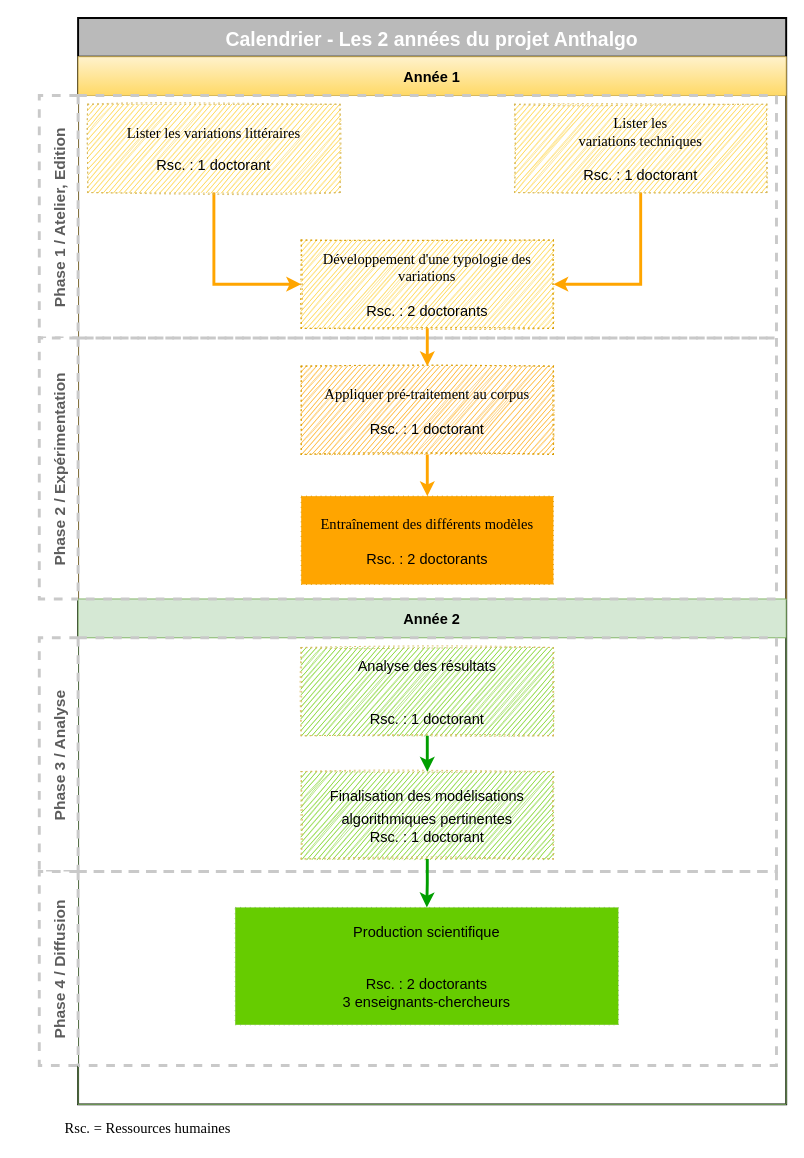
Earlier version of the draw.io diagram Untitled Diagram.drawio (RochDLY/drawAAP). Source tidied: cells renumbered, new cells numbered last; positions are measured from the earlier drawing's top-left corner, leaving out a move shared by most shapes. Both pictures are drawn from the tidied source at 97%, with x=0, y=0 at pixel (16, 17).
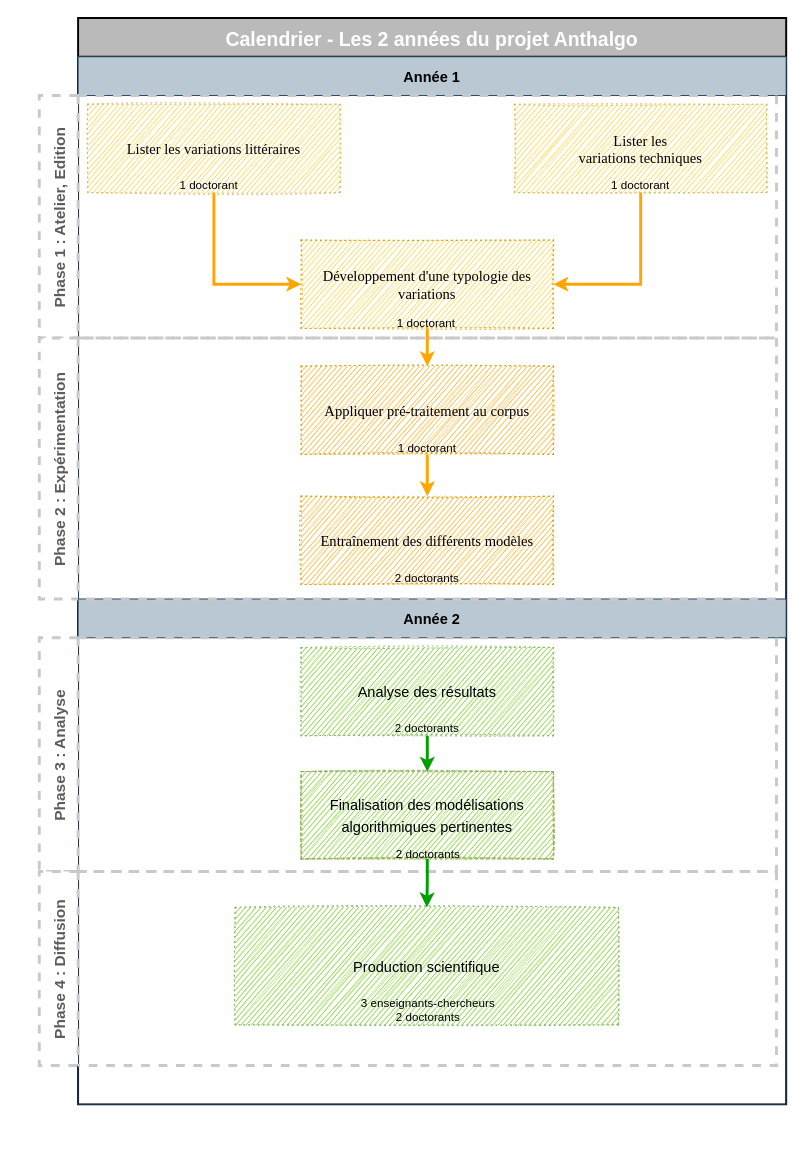
The same page after the edit.

The change refers to these unchanged cells:
```xml
<mxCell id="2" value="Calendrier - Les 2 années du projet Anthalgo" style="swimlane;startSize=40;fillColor=#BABABA;strokeColor=#030303;fontSize=20;gradientColor=none;strokeWidth=2;fontColor=#FFFFFF;" parent="1" vertex="1">
  <mxGeometry x="63" width="730" height="1120" as="geometry" />
</mxCell>
```

Change to the diagram source:
```diff
@@
-    <mxCell id="3" value="Année 1" style="swimlane;startSize=40;fillColor=#fff2cc;strokeColor=#d6b656;fontSize=15;gradientColor=#ffd966;" parent="2" vertex="1">
+    <mxCell id="3" value="Année 1" style="swimlane;startSize=40;fillColor=#bac8d3;strokeColor=#23445d;fontSize=15;" parent="2" vertex="1">
       <mxGeometry y="40" width="730" height="560" as="geometry" />
     </mxCell>
-    <mxCell id="4" value="Phase 1 / Atelier, Edition" style="swimlane;horizontal=0;dashed=1;startSize=40;fontSize=16;strokeWidth=3;strokeColor=#C9C9C9;fontColor=#5C5C5C;" parent="3" vertex="1">
+    <mxCell id="4" value="Phase 1 : Atelier, Edition" style="swimlane;horizontal=0;dashed=1;startSize=40;fontSize=16;strokeWidth=3;strokeColor=#C9C9C9;fontColor=#5C5C5C;" parent="3" vertex="1">
       <mxGeometry x="-40" y="40" width="760" height="250" as="geometry" />
     </mxCell>
@@
-    <mxCell id="6" value="&lt;div align=&quot;center&quot;&gt;&lt;font face=&quot;Garamond&quot;&gt;Lister les&lt;br&gt;&lt;/font&gt;&lt;/div&gt;&lt;div align=&quot;center&quot;&gt;&lt;font face=&quot;Garamond&quot;&gt;variations techniques&lt;/font&gt;&lt;/div&gt;&lt;div&gt;&lt;br&gt;&lt;/div&gt;&lt;div&gt;Rsc. : 1 doctorant&lt;br&gt;&lt;/div&gt;" style="rounded=0;whiteSpace=wrap;html=1;dashed=1;fontSize=15;fillColor=#FFCD28;strokeColor=#d6b656;dashPattern=1 4;gradientColor=none;align=center;shadow=0;glass=0;sketch=1;" parent="4" vertex="1">
+    <mxCell id="6" value="&lt;div align=&quot;center&quot;&gt;&lt;font face=&quot;Garamond&quot;&gt;Lister les&lt;br&gt;&lt;/font&gt;&lt;/div&gt;&lt;div align=&quot;center&quot;&gt;&lt;font face=&quot;Garamond&quot;&gt;variations techniques&lt;/font&gt;&lt;/div&gt;" style="rounded=0;whiteSpace=wrap;html=1;dashed=1;fontSize=15;fillColor=#FFCD28;strokeColor=#d6b656;dashPattern=1 4;gradientColor=none;align=center;shadow=0;glass=0;sketch=1;" parent="4" vertex="1">
       <mxGeometry x="490" y="9" width="260" height="91" as="geometry" />
     </mxCell>
@@
-    <mxCell id="9" value="&lt;div align=&quot;center&quot;&gt;&lt;p&gt;&lt;font face=&quot;Garamond&quot;&gt;Lister les variations littéraires&lt;/font&gt;&lt;/p&gt;&lt;p&gt;Rsc. : 1 doctorant&lt;/p&gt;&lt;/div&gt;" style="rounded=0;whiteSpace=wrap;html=1;dashed=1;fontSize=15;fillColor=#FFCD28;strokeColor=#d6b656;dashPattern=1 4;gradientColor=none;align=center;sketch=1;" parent="4" vertex="1">
+    <mxCell id="9" value="&lt;div align=&quot;center&quot;&gt;&lt;p&gt;&lt;font face=&quot;Garamond&quot;&gt;Lister les variations littéraires&lt;/font&gt;&lt;/p&gt;&lt;/div&gt;" style="rounded=0;whiteSpace=wrap;html=1;dashed=1;fontSize=15;fillColor=#FFCD28;strokeColor=#d6b656;dashPattern=1 4;gradientColor=none;align=center;sketch=1;" parent="4" vertex="1">
       <mxGeometry x="50" y="9" width="260" height="91" as="geometry" />
     </mxCell>
-    <mxCell id="10" value="&lt;div&gt;&lt;font face=&quot;Garamond&quot;&gt;Développement d'une typologie des variations&lt;/font&gt;&lt;/div&gt;&lt;div&gt;&lt;br&gt;&lt;/div&gt;&lt;div&gt;Rsc. : 2 doctorants&lt;/div&gt;" style="rounded=0;whiteSpace=wrap;html=1;dashed=1;fontSize=15;dashPattern=1 4;fillColor=#FFCD28;strokeColor=#d79b00;gradientColor=none;sketch=1;" parent="4" vertex="1">
+    <mxCell id="10" value="&lt;div&gt;&lt;font face=&quot;Garamond&quot;&gt;Développement d'une typologie des variations&lt;/font&gt;&lt;/div&gt;" style="rounded=0;whiteSpace=wrap;html=1;dashed=1;fontSize=15;dashPattern=1 4;fillColor=#FFCD28;strokeColor=#d79b00;gradientColor=none;sketch=1;" parent="4" vertex="1">
       <mxGeometry x="270" y="149" width="260" height="91" as="geometry" />
     </mxCell>
+    <mxCell id="26" value="1 doctorant" style="text;html=1;strokeColor=none;fillColor=none;align=center;verticalAlign=middle;whiteSpace=wrap;rounded=0;glass=0;sketch=0;" parent="4" vertex="1">
+      <mxGeometry x="140" y="78" width="70" height="30" as="geometry" />
+    </mxCell>
+    <mxCell id="27" value="1 doctorant" style="text;html=1;strokeColor=none;fillColor=none;align=center;verticalAlign=middle;whiteSpace=wrap;rounded=0;glass=0;sketch=0;" parent="4" vertex="1">
+      <mxGeometry x="585" y="78" width="70" height="30" as="geometry" />
+    </mxCell>
+    <mxCell id="28" value="1 doctorant" style="text;html=1;strokeColor=none;fillColor=none;align=center;verticalAlign=middle;whiteSpace=wrap;rounded=0;glass=0;sketch=0;" parent="4" vertex="1">
+      <mxGeometry x="364" y="220" width="70" height="30" as="geometry" />
+    </mxCell>
-    <mxCell id="11" value="Année 2" style="swimlane;startSize=40;fillColor=#d5e8d4;strokeColor=#82b366;fontSize=15;" parent="3" vertex="1">
+    <mxCell id="11" value="Année 2" style="swimlane;startSize=40;fillColor=#bac8d3;strokeColor=#23445d;fontSize=15;rounded=0;sketch=0;" parent="3" vertex="1">
       <mxGeometry y="559" width="730" height="521" as="geometry" />
     </mxCell>
-    <mxCell id="12" value="Phase 3 / Analyse" style="swimlane;horizontal=0;dashed=1;startSize=40;fontSize=16;strokeColor=#C9C9C9;strokeWidth=3;fontColor=#5C5C5C;" parent="3" vertex="1">
+    <mxCell id="12" value="Phase 3 : Analyse" style="swimlane;horizontal=0;dashed=1;startSize=40;fontSize=16;strokeColor=#C9C9C9;strokeWidth=3;fontColor=#5C5C5C;" parent="3" vertex="1">
       <mxGeometry x="-40" y="599" width="760" height="241" as="geometry" />
     </mxCell>
@@
-    <mxCell id="14" value="&lt;div&gt;&lt;font style=&quot;font-size: 15px&quot;&gt;Finalisation des modélisations algorithmiques pertinentes&lt;/font&gt;&lt;/div&gt;&lt;div style=&quot;font-size: 15px&quot;&gt;Rsc. : 1 doctorant&lt;/div&gt;" style="text;html=1;strokeColor=none;fillColor=none;align=center;verticalAlign=middle;whiteSpace=wrap;rounded=0;shadow=0;glass=0;dashed=1;sketch=1;fontFamily=Helvetica;fontSize=19;fontColor=#000000;strokeWidth=1;" parent="12" vertex="1">
+    <mxCell id="14" value="&lt;div&gt;&lt;font style=&quot;font-size: 15px&quot;&gt;Finalisation des modélisations algorithmiques pertinentes&lt;/font&gt;&lt;/div&gt;" style="text;html=1;strokeColor=#82B366;fillColor=none;align=center;verticalAlign=middle;whiteSpace=wrap;rounded=0;shadow=0;glass=0;dashed=1;sketch=1;fontFamily=Helvetica;fontSize=19;fontColor=#000000;strokeWidth=1;" parent="12" vertex="1">
       <mxGeometry x="270" y="138" width="260" height="90" as="geometry" />
     </mxCell>
-    <mxCell id="15" value="&lt;div&gt;Analyse des résultats&lt;br&gt;&lt;/div&gt;&lt;div&gt;&lt;br&gt;&lt;/div&gt;&lt;div&gt;&lt;br&gt;&lt;/div&gt;Rsc. : 1 doctorant" style="rounded=0;whiteSpace=wrap;html=1;dashed=1;fontSize=15;fillColor=#66CC00;strokeColor=#d6b656;dashPattern=1 4;gradientColor=none;sketch=1;" parent="12" vertex="1">
+    <mxCell id="15" value="&lt;div&gt;Analyse des résultats&lt;br&gt;&lt;/div&gt;" style="rounded=0;whiteSpace=wrap;html=1;dashed=1;fontSize=15;fillColor=#66CC00;strokeColor=#82B366;dashPattern=1 4;gradientColor=none;sketch=1;" parent="12" vertex="1">
       <mxGeometry x="270" y="10" width="260" height="91" as="geometry" />
     </mxCell>
@@
+    <mxCell id="29" value="2 doctorants" style="text;html=1;strokeColor=none;fillColor=none;align=center;verticalAlign=middle;whiteSpace=wrap;rounded=0;glass=0;sketch=0;" parent="12" vertex="1">
+      <mxGeometry x="365" y="79" width="70" height="30" as="geometry" />
+    </mxCell>
+    <mxCell id="30" value="2 doctorants" style="text;html=1;strokeColor=none;fillColor=none;align=center;verticalAlign=middle;whiteSpace=wrap;rounded=0;glass=0;sketch=0;" parent="12" vertex="1">
+      <mxGeometry x="366" y="209" width="70" height="30" as="geometry" />
+    </mxCell>
-    <mxCell id="17" value="Phase 4 / Diffusion" style="swimlane;horizontal=0;dashed=1;startSize=40;fontSize=16;strokeWidth=3;strokeColor=#C9C9C9;fontColor=#5C5C5C;" parent="3" vertex="1">
+    <mxCell id="17" value="Phase 4 : Diffusion" style="swimlane;horizontal=0;dashed=1;startSize=40;fontSize=16;strokeWidth=3;strokeColor=#C9C9C9;fontColor=#5C5C5C;" parent="3" vertex="1">
       <mxGeometry x="-40" y="840" width="760" height="200" as="geometry" />
     </mxCell>
-    <mxCell id="18" value="&lt;div&gt;Production scientifique&lt;/div&gt;&lt;div&gt;&lt;br&gt;&lt;/div&gt;&lt;div&gt;&lt;br&gt;&lt;/div&gt;&lt;div&gt;Rsc. : 2 doctorants&lt;/div&gt;&lt;div&gt;3 enseignants-chercheurs&lt;br&gt;&lt;/div&gt;" style="rounded=0;whiteSpace=wrap;html=1;dashed=1;fontSize=15;dashPattern=1 4;fillColor=#66CC00;strokeColor=#82b366;sketch=0;" parent="17" vertex="1">
+    <mxCell id="18" value="Production scientifique" style="rounded=0;whiteSpace=wrap;html=1;dashed=1;fontSize=15;dashPattern=1 4;fillColor=#66CC00;strokeColor=#82b366;sketch=1;" parent="17" vertex="1">
       <mxGeometry x="202" y="37" width="395" height="121" as="geometry" />
     </mxCell>
+    <mxCell id="31" value="&lt;div&gt;3 enseignants-chercheurs&lt;/div&gt;2 doctorants" style="text;html=1;strokeColor=none;fillColor=none;align=center;verticalAlign=middle;whiteSpace=wrap;rounded=0;glass=0;sketch=0;" parent="17" vertex="1">
+      <mxGeometry x="258" y="128" width="286" height="30" as="geometry" />
+    </mxCell>
@@
-    <mxCell id="20" value="Rsc. = Ressources humaines" style="text;html=1;strokeColor=none;fillColor=none;align=center;verticalAlign=middle;whiteSpace=wrap;rounded=0;shadow=0;glass=0;dashed=1;sketch=1;fontFamily=Garamond;fontSize=15;fontColor=#000000;" parent="1" vertex="1">
-      <mxGeometry y="1129" width="270" height="30" as="geometry" />
-    </mxCell>
-    <mxCell id="21" value="Phase 2 / Expérimentation" style="swimlane;horizontal=0;dashed=1;startSize=40;fontSize=16;strokeWidth=3;strokeColor=#C9C9C9;fontColor=#5C5C5C;" parent="1" vertex="1">
+    <mxCell id="21" value="Phase 2 : Expérimentation" style="swimlane;horizontal=0;dashed=1;startSize=40;fontSize=16;strokeWidth=3;strokeColor=#C9C9C9;fontColor=#5C5C5C;" parent="1" vertex="1">
       <mxGeometry x="23" y="330" width="760" height="269" as="geometry" />
     </mxCell>
@@
-    <mxCell id="23" value="&lt;div&gt;&lt;font face=&quot;Garamond&quot;&gt;Appliquer pré-traitement au corpus&lt;/font&gt;&lt;/div&gt;&lt;div&gt;&lt;br&gt;&lt;/div&gt;&lt;div&gt;Rsc. : 1 doctorant&lt;/div&gt;" style="rounded=0;whiteSpace=wrap;html=1;dashed=1;fontSize=15;dashPattern=1 4;fillColor=#FFA500;strokeColor=#d79b00;gradientColor=none;sketch=1;" parent="21" vertex="1">
+    <mxCell id="23" value="&lt;div&gt;&lt;font face=&quot;Garamond&quot;&gt;Appliquer pré-traitement au corpus&lt;/font&gt;&lt;/div&gt;" style="rounded=0;whiteSpace=wrap;html=1;dashed=1;fontSize=15;dashPattern=1 4;fillColor=#FFA500;strokeColor=#d79b00;gradientColor=none;sketch=1;" parent="21" vertex="1">
       <mxGeometry x="270" y="29" width="260" height="91" as="geometry" />
     </mxCell>
-    <mxCell id="24" value="&lt;div&gt;&lt;font face=&quot;Garamond&quot;&gt;Entraînement des différents modèles&lt;br&gt;&lt;/font&gt;&lt;/div&gt;&lt;div&gt;&lt;br&gt;&lt;/div&gt;&lt;div&gt;Rsc. : 2 doctorants&lt;/div&gt;" style="rounded=0;whiteSpace=wrap;html=1;dashed=1;fontSize=15;dashPattern=1 4;fillColor=#FFA500;strokeColor=#d79b00;gradientColor=none;sketch=0;" parent="21" vertex="1">
+    <mxCell id="24" value="&lt;div&gt;&lt;font face=&quot;Garamond&quot;&gt;Entraînement des différents modèles&lt;br&gt;&lt;/font&gt;&lt;/div&gt;" style="rounded=0;whiteSpace=wrap;html=1;dashed=1;fontSize=15;dashPattern=1 4;fillColor=#FFA500;strokeColor=#d79b00;gradientColor=none;sketch=1;" parent="21" vertex="1">
       <mxGeometry x="270" y="163" width="260" height="91" as="geometry" />
     </mxCell>
+    <mxCell id="32" value="1 doctorant" style="text;html=1;strokeColor=none;fillColor=none;align=center;verticalAlign=middle;whiteSpace=wrap;rounded=0;glass=0;sketch=0;" parent="21" vertex="1">
+      <mxGeometry x="365" y="99" width="70" height="30" as="geometry" />
+    </mxCell>
+    <mxCell id="33" value="2 doctorants" style="text;html=1;strokeColor=none;fillColor=none;align=center;verticalAlign=middle;whiteSpace=wrap;rounded=0;glass=0;sketch=0;" parent="21" vertex="1">
+      <mxGeometry x="365" y="233" width="70" height="30" as="geometry" />
+    </mxCell>
```
